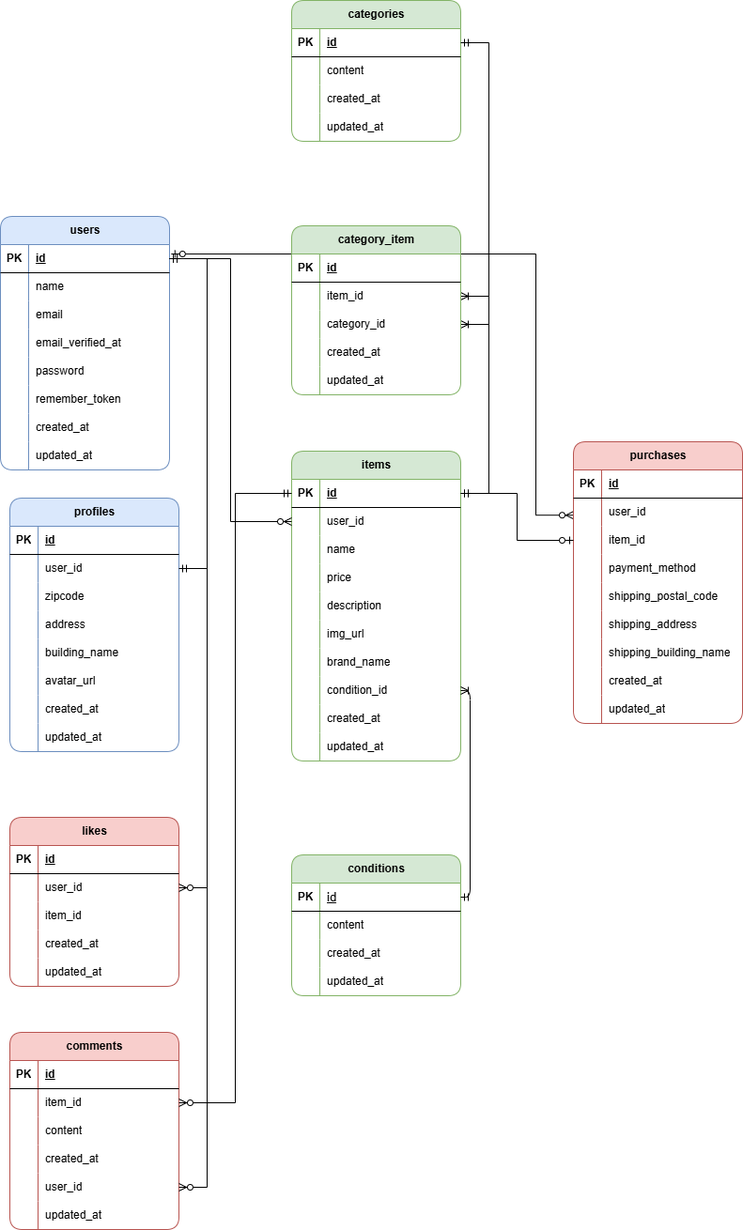
megumi2233/coachtech-furima keeps this draw.io diagram as assets/coachtech-furima-er.png. Above is the earlier version. Source tidied: cells renumbered, new cells last; positions are measured from the earlier drawing's top-left corner, leaving out a move shared by most shapes.
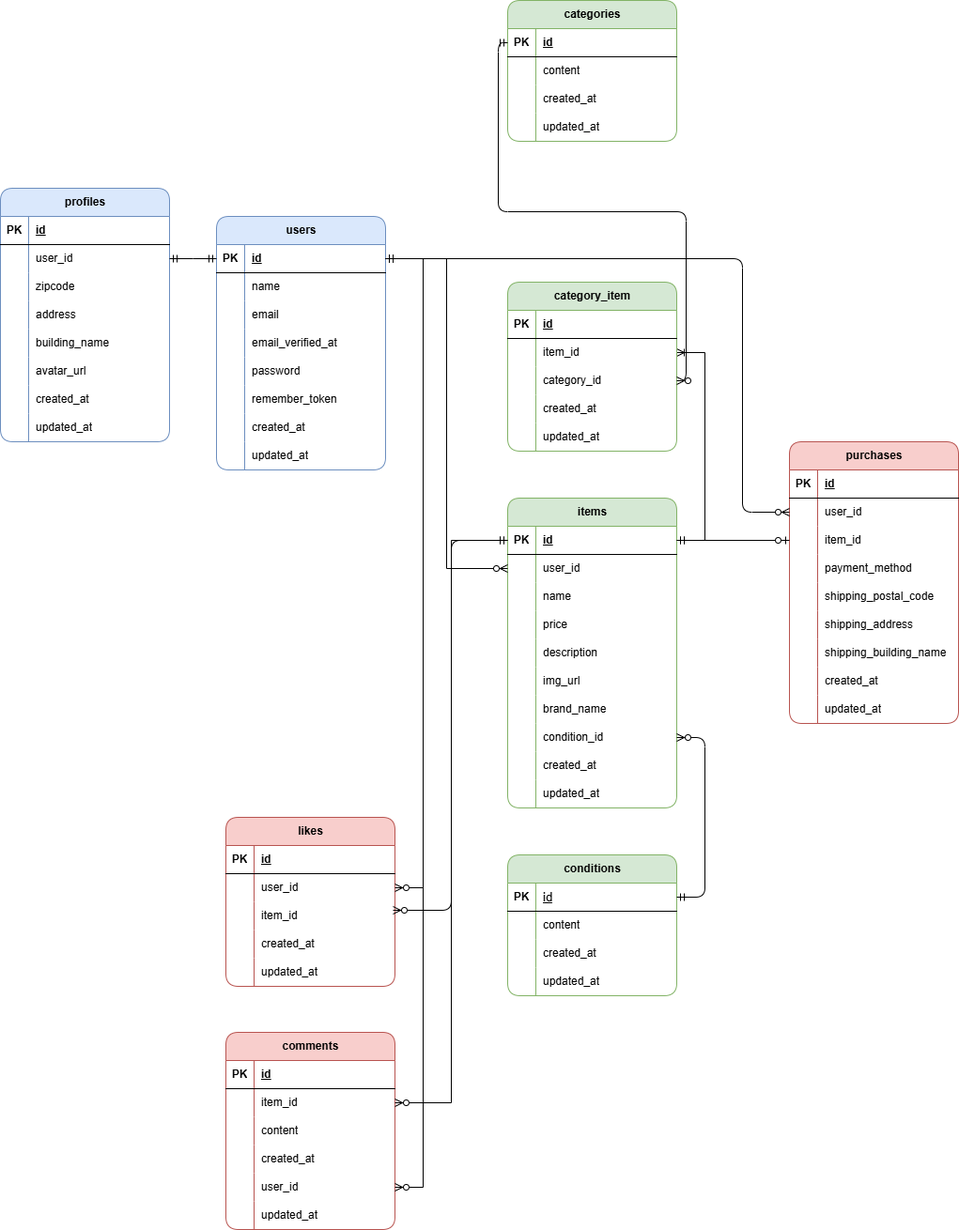
After the change.

Commit message:
ER図を更新しました

What changed in the source:
```diff
@@ -2,16 +2,6 @@
   <root>
     <mxCell id="0" />
     <mxCell id="1" parent="0" />
-    <mxCell id="2" style="edgeStyle=orthogonalEdgeStyle;fontSize=12;html=1;endArrow=ERzeroToMany;startArrow=ERzeroToOne;entryX=0;entryY=0.5;entryDx=0;entryDy=0;exitX=1.01;exitY=0.227;exitDx=0;exitDy=0;exitPerimeter=0;rounded=0;" parent="1" edge="1">
-      <mxGeometry relative="1" as="geometry">
-        <mxPoint x="181.8" y="270" as="sourcePoint" />
-        <mxPoint x="610" y="548.2" as="targetPoint" />
-        <Array as="points">
-          <mxPoint x="570" y="270" />
-          <mxPoint x="570" y="548" />
-        </Array>
-      </mxGeometry>
-    </mxCell>
     <mxCell id="3" value="comments" style="shape=table;startSize=30;rowLines=0;fontStyle=1;align=center;html=1;rounded=1;fillColor=#f8cecc;strokeColor=#b85450;" parent="1" vertex="1">
       <mxGeometry x="10" y="1099" width="180" height="210" as="geometry" />
     </mxCell>
@@ -118,7 +108,7 @@
       <mxGeometry x="30" width="150" height="30" as="geometry" />
     </mxCell>
     <mxCell id="38" value="profiles" style="shape=table;startSize=30;rowLines=0;fontStyle=1;align=center;html=1;rounded=1;fillColor=#dae8fc;strokeColor=#6c8ebf;" parent="1" vertex="1">
-      <mxGeometry x="10" y="530" width="180" height="270" as="geometry" />
+      <mxGeometry x="-230" y="200" width="180" height="270" as="geometry" />
     </mxCell>
     <mxCell id="39" style="shape=tableRow;horizontal=0;startSize=0;swimlaneHead=0;swimlaneBody=0;fillColor=none;top=0;left=0;right=0;bottom=1;rounded=1;" parent="38" vertex="1">
       <mxGeometry y="30" width="180" height="30" as="geometry" />
@@ -277,7 +267,7 @@
       <mxGeometry x="30" width="150" height="30" as="geometry" />
     </mxCell>
     <mxCell id="91" value="items" style="shape=table;startSize=30;rowLines=0;fontStyle=1;align=center;html=1;rounded=1;fillColor=#d5e8d4;strokeColor=#82b366;" parent="1" vertex="1">
-      <mxGeometry x="310" y="480" width="180" height="330" as="geometry" />
+      <mxGeometry x="310" y="530" width="180" height="330" as="geometry" />
     </mxCell>
     <mxCell id="92" style="shape=tableRow;horizontal=0;startSize=0;swimlaneHead=0;swimlaneBody=0;fillColor=none;points=[[0,0.5],[1,0.5]];portConstraint=eastwest;top=0;left=0;right=0;bottom=1;rounded=1;" parent="91" vertex="1">
       <mxGeometry y="30" width="180" height="30" as="geometry" />
@@ -522,15 +512,8 @@
     <mxCell id="172" value="updated_at" style="shape=partialRectangle;fillColor=none;top=0;left=0;bottom=0;right=0;align=left;spacingLeft=6;overflow=hidden;whiteSpace=wrap;html=1;rounded=1;" parent="170" vertex="1">
       <mxGeometry x="30" width="150" height="30" as="geometry" />
     </mxCell>
-    <mxCell id="173" style="edgeStyle=entityRelationEdgeStyle;fontSize=12;html=1;endArrow=ERmandOne;startArrow=ERmandOne;rounded=0;curved=0;" parent="1" edge="1" source="149" target="42">
-      <mxGeometry relative="1" as="geometry">
-        <Array as="points">
-          <mxPoint x="30" y="185" />
-          <mxPoint x="10" y="275" />
-          <mxPoint x="20" y="265" />
-          <mxPoint x="30" y="115" />
-        </Array>
-      </mxGeometry>
+    <mxCell id="173" style="edgeStyle=elbowEdgeStyle;fontSize=12;html=1;endArrow=ERmandOne;startArrow=ERmandOne;rounded=0;" parent="1" edge="1" source="149" target="42">
+      <mxGeometry relative="1" as="geometry" />
     </mxCell>
     <mxCell id="174" style="edgeStyle=entityRelationEdgeStyle;fontSize=12;html=1;endArrow=ERzeroToMany;startArrow=ERmandOne;rounded=0;curved=0;" parent="1" edge="1" source="149" target="26">
       <mxGeometry relative="1" as="geometry">
@@ -539,22 +522,12 @@
         </Array>
       </mxGeometry>
     </mxCell>
-    <mxCell id="175" style="edgeStyle=orthogonalEdgeStyle;fontSize=12;html=1;endArrow=ERoneToMany;startArrow=ERmandOne;exitX=1;exitY=0.5;exitDx=0;exitDy=0;" parent="1" edge="1" source="136" target="113">
-      <mxGeometry relative="1" as="geometry" />
-    </mxCell>
     <mxCell id="176" style="edgeStyle=orthogonalEdgeStyle;fontSize=12;html=1;endArrow=ERzeroToOne;startArrow=ERmandOne;exitX=1;exitY=0.5;exitDx=0;exitDy=0;entryX=0;entryY=0.5;entryDx=0;entryDy=0;rounded=0;" parent="1" edge="1" source="92" target="70">
       <mxGeometry relative="1" as="geometry" />
     </mxCell>
     <mxCell id="177" style="edgeStyle=entityRelationEdgeStyle;fontSize=12;html=1;endArrow=ERoneToMany;startArrow=ERmandOne;rounded=0;curved=0;" parent="1" edge="1" source="92" target="187">
       <mxGeometry relative="1" as="geometry" />
     </mxCell>
-    <mxCell id="178" style="edgeStyle=entityRelationEdgeStyle;fontSize=12;html=1;endArrow=ERoneToMany;startArrow=ERmandOne;exitX=1;exitY=0.5;exitDx=0;exitDy=0;rounded=0;curved=0;" parent="1" edge="1" source="123" target="190">
-      <mxGeometry relative="1" as="geometry">
-        <Array as="points">
-          <mxPoint x="540" y="350" />
-        </Array>
-      </mxGeometry>
-    </mxCell>
     <mxCell id="179" style="edgeStyle=orthogonalEdgeStyle;fontSize=12;html=1;endArrow=ERzeroToMany;startArrow=ERmandOne;exitX=1;exitY=0.5;exitDx=0;exitDy=0;rounded=0;" parent="1" edge="1" source="149" target="95">
       <mxGeometry relative="1" as="geometry" />
     </mxCell>
@@ -568,7 +541,7 @@
       <mxGeometry relative="1" as="geometry" />
     </mxCell>
     <mxCell id="183" value="category_item" style="shape=table;startSize=30;rowLines=0;fontStyle=1;align=center;html=1;rounded=1;fillColor=#d5e8d4;strokeColor=#82b366;" parent="1" vertex="1">
-      <mxGeometry x="310" y="240" width="180" height="180" as="geometry" />
+      <mxGeometry x="310" y="300" width="180" height="180" as="geometry" />
     </mxCell>
     <mxCell id="184" style="shape=tableRow;horizontal=0;startSize=0;swimlaneHead=0;swimlaneBody=0;fillColor=none;top=0;left=0;right=0;bottom=1;rounded=1;" parent="183" vertex="1">
       <mxGeometry y="30" width="180" height="30" as="geometry" />
@@ -615,5 +588,22 @@
     <mxCell id="198" value="updated_at" style="shape=partialRectangle;fillColor=none;top=0;left=0;bottom=0;right=0;align=left;spacingLeft=6;overflow=hidden;whiteSpace=wrap;html=1;rounded=1;" parent="196" vertex="1">
       <mxGeometry x="30" width="150" height="30" as="geometry" />
     </mxCell>
+    <mxCell id="199" style="edgeStyle=orthogonalEdgeStyle;fontSize=12;html=1;endArrow=ERzeroToMany;startArrow=ERmandOne;entryX=0.989;entryY=0.3;entryDx=0;entryDy=0;entryPerimeter=0;" parent="1" edge="1" source="92" target="29">
+      <mxGeometry relative="1" as="geometry" />
+    </mxCell>
+    <mxCell id="175" style="edgeStyle=entityRelationEdgeStyle;fontSize=12;html=1;endArrow=ERzeroToMany;startArrow=ERmandOne;" parent="1" edge="1" source="136" target="113">
+      <mxGeometry relative="1" as="geometry" />
+    </mxCell>
+    <mxCell id="178" style="edgeStyle=orthogonalEdgeStyle;fontSize=12;html=1;endArrow=ERzeroToMany;startArrow=ERmandOne;" parent="1" edge="1" source="123" target="190">
+      <mxGeometry relative="1" as="geometry" />
+    </mxCell>
+    <mxCell id="200" style="edgeStyle=orthogonalEdgeStyle;fontSize=12;html=1;endArrow=ERzeroToMany;startArrow=ERmandOne;exitX=1;exitY=0.5;exitDx=0;exitDy=0;" parent="1" edge="1" source="149" target="67">
+      <mxGeometry relative="1" as="geometry">
+        <Array as="points">
+          <mxPoint x="560" y="275" />
+          <mxPoint x="560" y="545" />
+        </Array>
+      </mxGeometry>
+    </mxCell>
   </root>
 </mxGraphModel>
```
